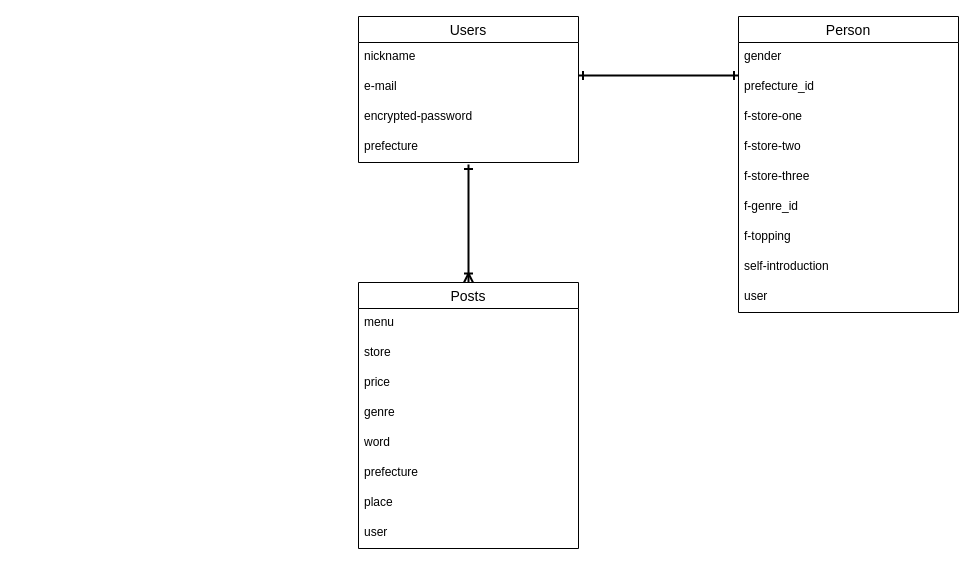
Before: page "ER図" (1 of 2) of ER.dio in ALBAS23/ramen_app_01, a draw.io diagram. Source tidied: cells renumbered, new cells numbered last; positions are measured from the earlier drawing's top-left corner, leaving out a move shared by most shapes. Both pictures are drawn from the tidied source at 100%, with x=0, y=0 at pixel (358, 16).
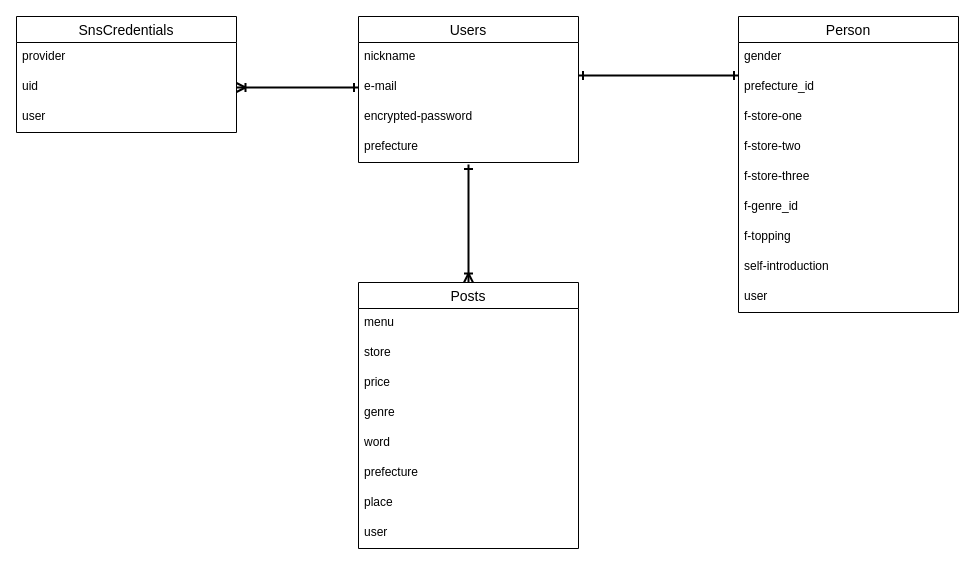
The same diagram, later.

The change refers to these unchanged cells:
```xml
<mxCell id="4" value="e-mail" style="text;strokeColor=none;fillColor=none;spacingLeft=4;spacingRight=4;overflow=hidden;points=[[0,0.5],[1,0.5]];portConstraint=eastwest;fontSize=12;" parent="2" vertex="1">
  <mxGeometry y="56" width="220" height="30" as="geometry" />
</mxCell>
```

What changed in the source:
```diff
@@
+    <mxCell id="28" value="SnsCredentials" style="swimlane;fontStyle=0;horizontal=1;startSize=26;align=center;fontSize=14;" parent="1" vertex="1">
+      <mxGeometry x="-342" width="220" height="116" as="geometry" />
+    </mxCell>
+    <mxCell id="29" value="provider" style="text;strokeColor=none;fillColor=none;spacingLeft=4;spacingRight=4;overflow=hidden;fontSize=12;" parent="28" vertex="1">
+      <mxGeometry y="26" width="220" height="30" as="geometry" />
+    </mxCell>
+    <mxCell id="30" value="uid" style="text;strokeColor=none;fillColor=none;spacingLeft=4;spacingRight=4;overflow=hidden;points=[[0,0.5],[1,0.5]];portConstraint=eastwest;fontSize=12;" parent="28" vertex="1">
+      <mxGeometry y="56" width="220" height="30" as="geometry" />
+    </mxCell>
+    <mxCell id="31" value="user" style="text;strokeColor=none;fillColor=none;spacingLeft=4;spacingRight=4;overflow=hidden;points=[[0,0.5],[1,0.5]];portConstraint=eastwest;fontSize=12;" parent="28" vertex="1">
+      <mxGeometry y="86" width="220" height="30" as="geometry" />
+    </mxCell>
+    <mxCell id="32" style="edgeStyle=orthogonalEdgeStyle;rounded=0;orthogonalLoop=1;jettySize=auto;html=1;exitX=1;exitY=0.5;exitDx=0;exitDy=0;" parent="28" edge="1" source="31" target="31">
+      <mxGeometry relative="1" as="geometry" />
+    </mxCell>
+    <mxCell id="33" style="endArrow=ERoneToMany;html=1;rounded=0;startArrow=ERone;startFill=0;endFill=0;strokeWidth=2;entryX=1;entryY=0.5;entryDx=0;entryDy=0;exitX=0;exitY=0.5;exitDx=0;exitDy=0;" parent="1" edge="1" source="4" target="30">
+      <mxGeometry relative="1" as="geometry" />
+    </mxCell>
```
